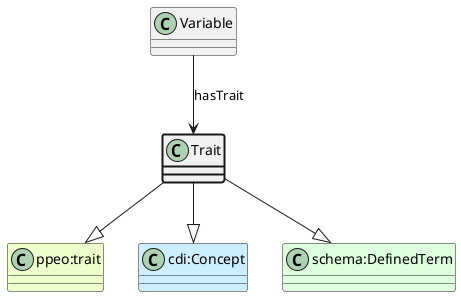
This is ttl_uml/ttl_appn_Trait.png from aus-plant-phenomics-network/appn-schema, a PlantUML export, as it was before one commit.
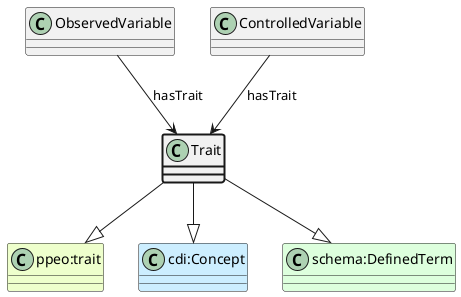
Above is the later version.

The edit, as a diff of the source:
```diff
@@ -6,6 +6,8 @@
 Trait --|> "cdi:Concept"
 class "schema:DefinedTerm" #DDFFDD
 Trait --|> "schema:DefinedTerm"
-class Variable
-Variable --> Trait : hasTrait
+class ObservedVariable
+ObservedVariable --> Trait : hasTrait
+class ControlledVariable
+ControlledVariable --> Trait : hasTrait
 @enduml
```
